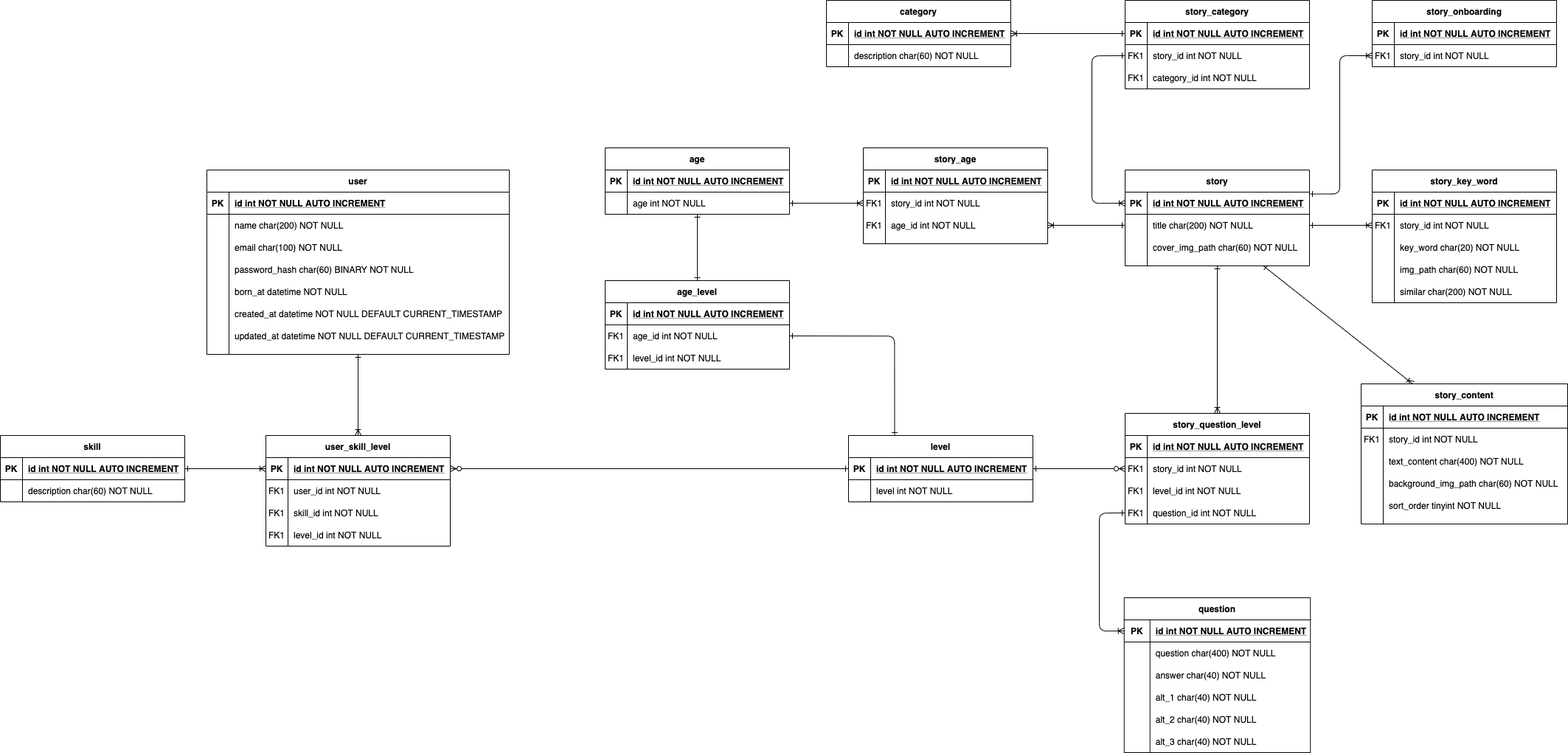
The draw.io diagram data-model/db-model.png in KarolHarumi/brinca-e-conta, before a commit. Source tidied: cells renumbered, new cells last; positions are measured from the earlier drawing's top-left corner, leaving out a move shared by most shapes.
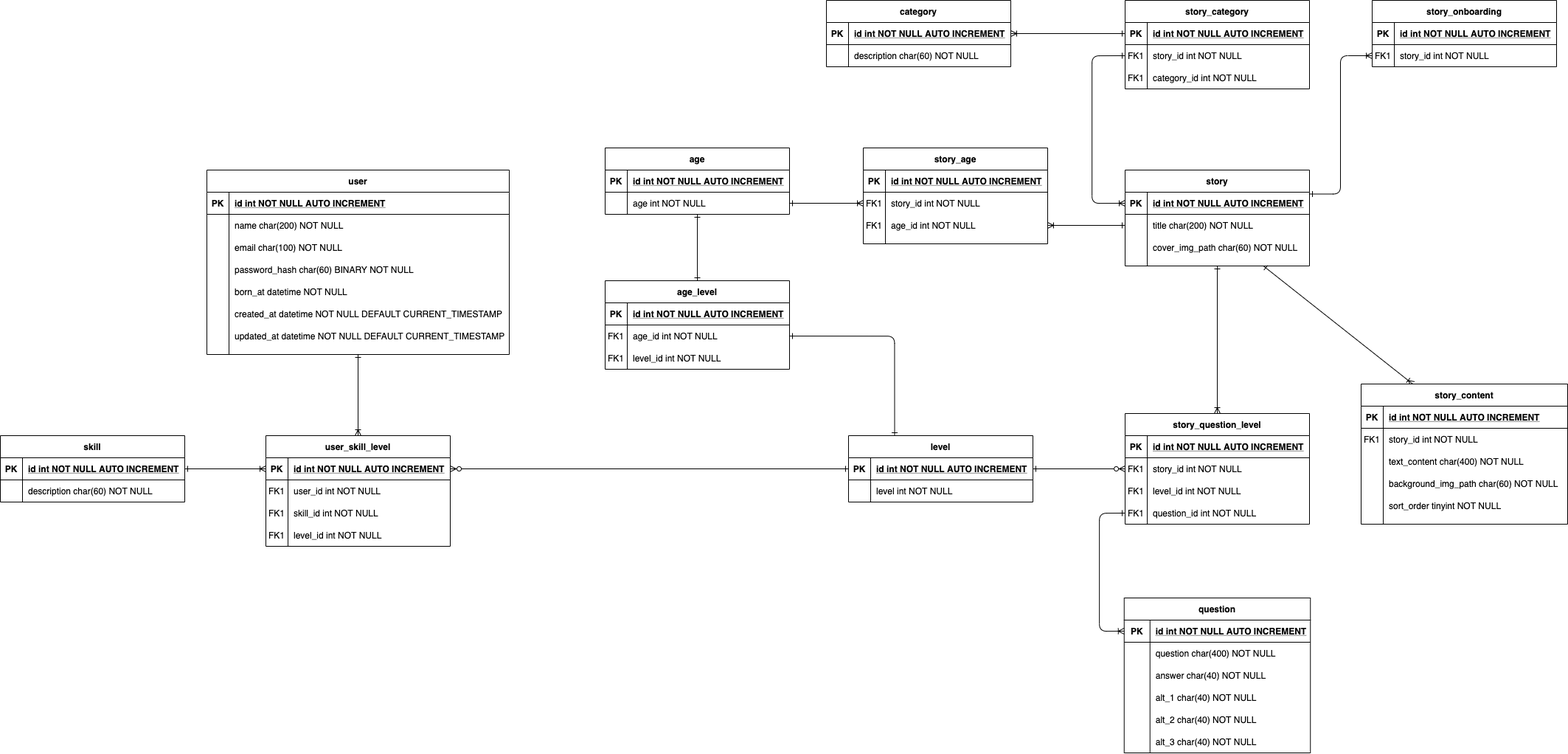
After the change.

Commit message:
fix: fix data model

Diff of the diagram source:
```diff
@@ -5,9 +5,6 @@
     <mxCell id="2" style="endArrow=ERoneToMany;startArrow=ERone;endFill=0;startFill=0;exitX=0.75;exitY=1;exitDx=0;exitDy=0;entryX=0.25;entryY=0;entryDx=0;entryDy=0;" parent="1" edge="1" source="14" target="103">
       <mxGeometry relative="1" as="geometry" />
     </mxCell>
-    <mxCell id="3" style="endArrow=ERoneToMany;startArrow=ERone;endFill=0;startFill=0;exitX=1;exitY=0.5;exitDx=0;exitDy=0;entryX=0;entryY=0.5;entryDx=0;entryDy=0;" parent="1" edge="1" source="18" target="28">
-      <mxGeometry relative="1" as="geometry" />
-    </mxCell>
     <mxCell id="4" style="endArrow=ERoneToMany;startArrow=ERone;endFill=0;startFill=0;exitX=0.5;exitY=1;exitDx=0;exitDy=0;entryX=0.5;entryY=0;entryDx=0;entryDy=0;" parent="1" edge="1" source="14" target="47">
       <mxGeometry relative="1" as="geometry" />
     </mxCell>
@@ -78,54 +75,6 @@
     <mxCell id="23" value="cover_img_path char(60) NOT NULL" style="shape=partialRectangle;overflow=hidden;fillColor=none;top=0;left=0;bottom=0;right=0;align=left;spacingLeft=6;" parent="21" vertex="1">
       <mxGeometry x="30" width="220" height="30" as="geometry" />
     </mxCell>
-    <mxCell id="24" value="story_key_word" style="shape=table;startSize=30;rowLines=0;fontStyle=1;align=center;" parent="1" vertex="1">
-      <mxGeometry x="1860" y="230" width="250" height="180" as="geometry" />
-    </mxCell>
-    <mxCell id="25" style="shape=partialRectangle;fillColor=none;top=0;left=0;right=0;bottom=1;" parent="24" vertex="1">
-      <mxGeometry y="30" width="250" height="30" as="geometry" />
-    </mxCell>
-    <mxCell id="26" value="PK" style="shape=partialRectangle;overflow=hidden;fillColor=none;top=0;left=0;bottom=0;right=0;fontStyle=1;" parent="25" vertex="1">
-      <mxGeometry width="30" height="30" as="geometry" />
-    </mxCell>
-    <mxCell id="27" value="id int NOT NULL AUTO INCREMENT" style="shape=partialRectangle;overflow=hidden;fillColor=none;top=0;left=0;bottom=0;right=0;align=left;spacingLeft=6;fontStyle=5;" parent="25" vertex="1">
-      <mxGeometry x="30" width="220" height="30" as="geometry" />
-    </mxCell>
-    <mxCell id="28" style="shape=partialRectangle;fillColor=none;points=[[0,0.5],[1,0.5]];portConstraint=eastwest;top=0;left=0;right=0;bottom=0;" parent="24" vertex="1">
-      <mxGeometry y="60" width="250" height="30" as="geometry" />
-    </mxCell>
-    <mxCell id="29" value="FK1" style="shape=partialRectangle;overflow=hidden;fillColor=none;top=0;left=0;bottom=0;right=0;" parent="28" vertex="1">
-      <mxGeometry width="30" height="30" as="geometry" />
-    </mxCell>
-    <mxCell id="30" value="story_id int NOT NULL" style="shape=partialRectangle;overflow=hidden;fillColor=none;top=0;left=0;bottom=0;right=0;align=left;spacingLeft=6;" parent="28" vertex="1">
-      <mxGeometry x="30" width="220" height="30" as="geometry" />
-    </mxCell>
-    <mxCell id="31" style="shape=partialRectangle;fillColor=none;top=0;left=0;right=0;bottom=0;" parent="24" vertex="1">
-      <mxGeometry y="90" width="250" height="30" as="geometry" />
-    </mxCell>
-    <mxCell id="32" style="shape=partialRectangle;overflow=hidden;fillColor=none;top=0;left=0;bottom=0;right=0;" parent="31" vertex="1">
-      <mxGeometry width="30" height="30" as="geometry" />
-    </mxCell>
-    <mxCell id="33" value="key_word char(20) NOT NULL" style="shape=partialRectangle;overflow=hidden;fillColor=none;top=0;left=0;bottom=0;right=0;align=left;spacingLeft=6;" parent="31" vertex="1">
-      <mxGeometry x="30" width="220" height="30" as="geometry" />
-    </mxCell>
-    <mxCell id="34" style="shape=partialRectangle;fillColor=none;top=0;left=0;right=0;bottom=0;" parent="24" vertex="1">
-      <mxGeometry y="120" width="250" height="30" as="geometry" />
-    </mxCell>
-    <mxCell id="35" style="shape=partialRectangle;overflow=hidden;fillColor=none;top=0;left=0;bottom=0;right=0;" parent="34" vertex="1">
-      <mxGeometry width="30" height="30" as="geometry" />
-    </mxCell>
-    <mxCell id="36" value="img_path char(60) NOT NULL" style="shape=partialRectangle;overflow=hidden;fillColor=none;top=0;left=0;bottom=0;right=0;align=left;spacingLeft=6;" parent="34" vertex="1">
-      <mxGeometry x="30" width="220" height="30" as="geometry" />
-    </mxCell>
-    <mxCell id="37" style="shape=partialRectangle;fillColor=none;top=0;left=0;right=0;bottom=0;" parent="24" vertex="1">
-      <mxGeometry y="150" width="250" height="30" as="geometry" />
-    </mxCell>
-    <mxCell id="38" style="shape=partialRectangle;overflow=hidden;fillColor=none;top=0;left=0;bottom=0;right=0;" parent="37" vertex="1">
-      <mxGeometry width="30" height="30" as="geometry" />
-    </mxCell>
-    <mxCell id="39" value="similar char(200) NOT NULL" style="shape=partialRectangle;overflow=hidden;fillColor=none;top=0;left=0;bottom=0;right=0;align=left;spacingLeft=6;" parent="37" vertex="1">
-      <mxGeometry x="30" width="220" height="30" as="geometry" />
-    </mxCell>
     <mxCell id="40" value="level" style="shape=table;startSize=30;rowLines=0;fontStyle=1;align=center;" parent="1" vertex="1">
       <mxGeometry x="1150" y="590" width="250" height="90" as="geometry" />
     </mxCell>
```
